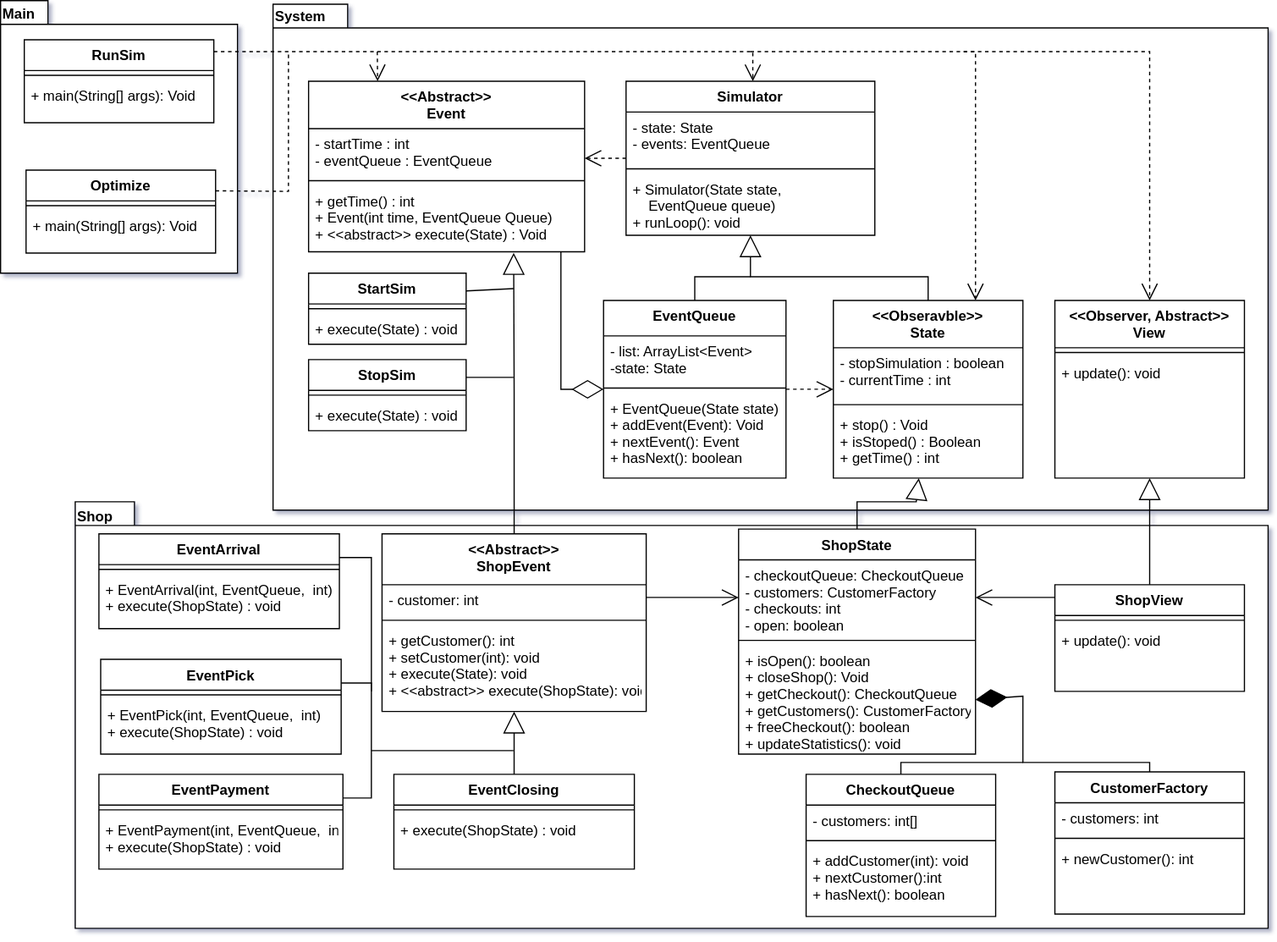
The draw.io diagram docs/uml.drawio.svg in Spooky-Firefox/labb_6, before a commit. Source tidied: cells renumbered, new cells last; positions are measured from the earlier drawing's top-left corner, leaving out a move shared by most shapes.
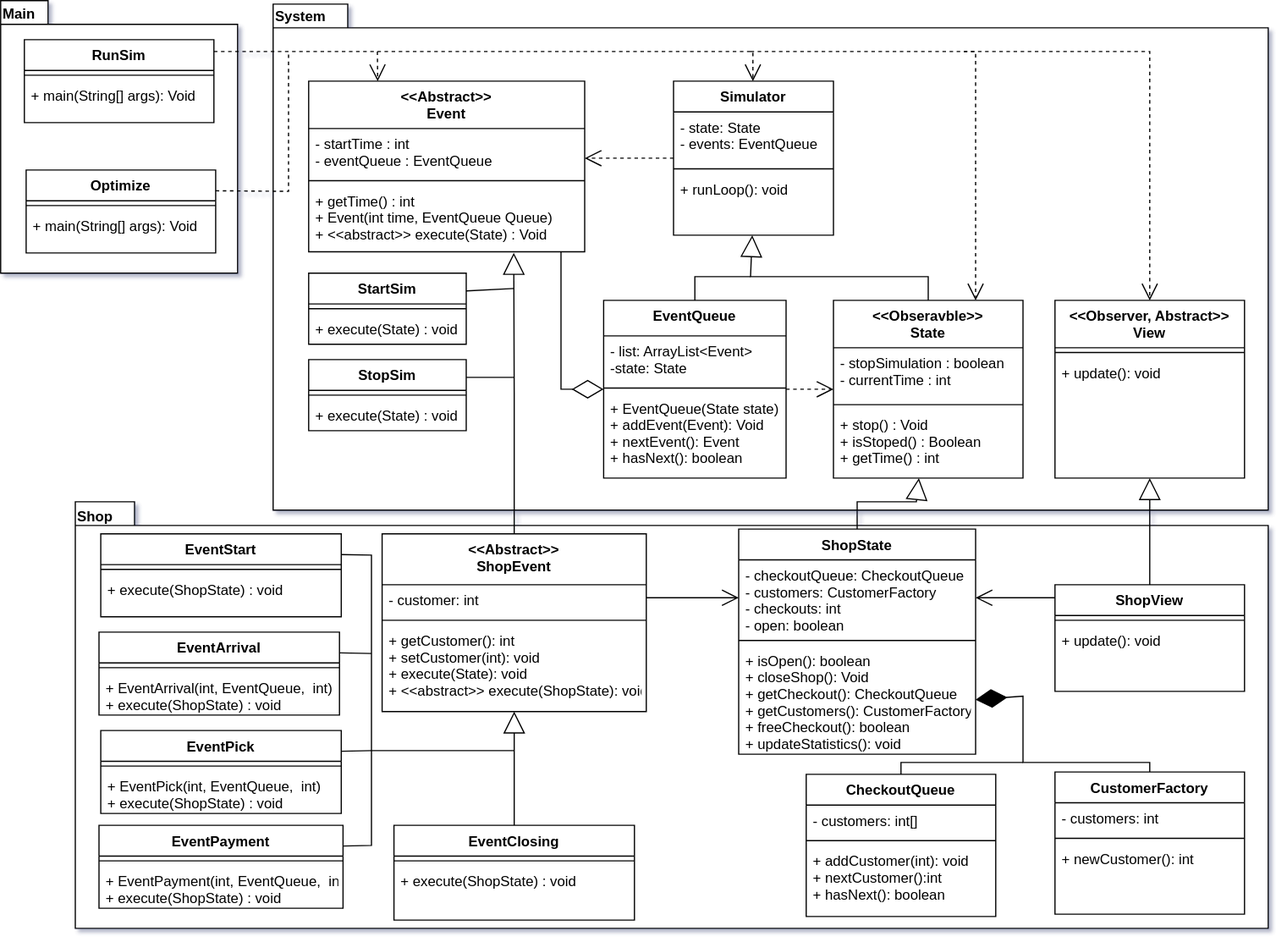
Above is the later version.

Commit message:
Cleans up UML again

Diff of the diagram source:
```diff
@@ -12,16 +12,16 @@
       <mxGeometry x="230" y="3" width="840" height="427" as="geometry" />
     </mxCell>
     <mxCell id="5" value="Simulator" style="swimlane;fontStyle=1;align=center;verticalAlign=top;horizontal=1;startSize=26;" parent="1" vertex="1">
-      <mxGeometry x="528" y="68" width="210" height="130" as="geometry" />
+      <mxGeometry x="568" y="68" width="135" height="130" as="geometry" />
     </mxCell>
     <mxCell id="6" value="- state: State&#10;- events: EventQueue" style="text;strokeColor=none;fillColor=none;align=left;verticalAlign=top;spacingLeft=4;spacingRight=4;overflow=hidden;" parent="5" vertex="1">
-      <mxGeometry y="26" width="210" height="44" as="geometry" />
+      <mxGeometry y="26" width="135" height="44" as="geometry" />
     </mxCell>
     <mxCell id="7" style="line;strokeWidth=1;fillColor=none;align=left;verticalAlign=middle;spacingTop=-1;spacingLeft=3;spacingRight=3;labelPosition=right;strokeColor=inherit;" parent="5" vertex="1">
-      <mxGeometry y="70" width="210" height="8" as="geometry" />
+      <mxGeometry y="70" width="135" height="8" as="geometry" />
     </mxCell>
-    <mxCell id="8" value="+ Simulator(State state, &#10;    EventQueue queue)&#10;+ runLoop(): void" style="text;strokeColor=none;fillColor=none;align=left;verticalAlign=top;spacingLeft=4;spacingRight=4;overflow=hidden;points=[[0,0.5],[1,0.5]];portConstraint=eastwest;" parent="5" vertex="1">
-      <mxGeometry y="78" width="210" height="52" as="geometry" />
+    <mxCell id="8" value="+ runLoop(): void" style="text;strokeColor=none;fillColor=none;align=left;verticalAlign=top;spacingLeft=4;spacingRight=4;overflow=hidden;points=[[0,0.5],[1,0.5]];portConstraint=eastwest;" parent="5" vertex="1">
+      <mxGeometry y="78" width="135" height="52" as="geometry" />
     </mxCell>
     <mxCell id="9" value="EventQueue" style="swimlane;fontStyle=1;align=center;verticalAlign=top;horizontal=1;startSize=30;" parent="1" vertex="1">
       <mxGeometry x="509" y="253" width="154" height="150" as="geometry" />
@@ -162,34 +162,34 @@
       <mxGeometry y="34" width="160" height="36" as="geometry" />
     </mxCell>
     <mxCell id="51" value="EventArrival" style="swimlane;fontStyle=1;align=center;verticalAlign=top;horizontal=1;startSize=26;" parent="1" vertex="1">
-      <mxGeometry x="83" y="450" width="203" height="80" as="geometry" />
+      <mxGeometry x="83" y="533" width="203" height="70" as="geometry" />
     </mxCell>
     <mxCell id="52" style="line;strokeWidth=1;fillColor=none;align=left;verticalAlign=middle;spacingTop=-1;spacingLeft=3;spacingRight=3;labelPosition=right;strokeColor=inherit;" parent="51" vertex="1">
       <mxGeometry y="26" width="203" height="8" as="geometry" />
     </mxCell>
     <mxCell id="53" value="+ EventArrival(int, EventQueue,  int)&#10;+ execute(ShopState) : void" style="text;strokeColor=none;fillColor=none;align=left;verticalAlign=top;spacingLeft=4;spacingRight=4;overflow=hidden;" parent="51" vertex="1">
-      <mxGeometry y="34" width="203" height="46" as="geometry" />
+      <mxGeometry y="34" width="203" height="36" as="geometry" />
     </mxCell>
     <mxCell id="54" value="EventPick" style="swimlane;fontStyle=1;align=center;verticalAlign=top;horizontal=1;startSize=26;" parent="1" vertex="1">
-      <mxGeometry x="84.5" y="556" width="203" height="80" as="geometry" />
+      <mxGeometry x="84.5" y="616" width="203" height="70" as="geometry" />
     </mxCell>
     <mxCell id="55" style="line;strokeWidth=1;fillColor=none;align=left;verticalAlign=middle;spacingTop=-1;spacingLeft=3;spacingRight=3;labelPosition=right;strokeColor=inherit;" parent="54" vertex="1">
       <mxGeometry y="26" width="203" height="8" as="geometry" />
     </mxCell>
     <mxCell id="56" value="+ EventPick(int, EventQueue,  int)&#10;+ execute(ShopState) : void" style="text;strokeColor=none;fillColor=none;align=left;verticalAlign=top;spacingLeft=4;spacingRight=4;overflow=hidden;" parent="54" vertex="1">
-      <mxGeometry y="34" width="203" height="46" as="geometry" />
+      <mxGeometry y="34" width="203" height="36" as="geometry" />
     </mxCell>
     <mxCell id="57" value="EventPayment" style="swimlane;fontStyle=1;align=center;verticalAlign=top;horizontal=1;startSize=26;" parent="1" vertex="1">
-      <mxGeometry x="83" y="653" width="206" height="80" as="geometry" />
+      <mxGeometry x="83" y="696" width="206" height="70" as="geometry" />
     </mxCell>
     <mxCell id="58" style="line;strokeWidth=1;fillColor=none;align=left;verticalAlign=middle;spacingTop=-1;spacingLeft=3;spacingRight=3;labelPosition=right;strokeColor=inherit;" parent="57" vertex="1">
       <mxGeometry y="26" width="206" height="8" as="geometry" />
     </mxCell>
     <mxCell id="59" value="+ EventPayment(int, EventQueue,  int)&#10;+ execute(ShopState) : void" style="text;strokeColor=none;fillColor=none;align=left;verticalAlign=top;spacingLeft=4;spacingRight=4;overflow=hidden;" parent="57" vertex="1">
-      <mxGeometry y="34" width="206" height="46" as="geometry" />
+      <mxGeometry y="34" width="206" height="36" as="geometry" />
     </mxCell>
     <mxCell id="60" value="EventClosing" style="swimlane;fontStyle=1;align=center;verticalAlign=top;horizontal=1;startSize=26;" parent="1" vertex="1">
-      <mxGeometry x="332" y="653" width="203" height="80" as="geometry" />
+      <mxGeometry x="332" y="696" width="203" height="80" as="geometry" />
     </mxCell>
     <mxCell id="61" style="line;strokeWidth=1;fillColor=none;align=left;verticalAlign=middle;spacingTop=-1;spacingLeft=3;spacingRight=3;labelPosition=right;strokeColor=inherit;" parent="60" vertex="1">
       <mxGeometry y="26" width="203" height="8" as="geometry" />
@@ -287,23 +287,15 @@
         <mxPoint x="433" y="633" as="sourcePoint" />
         <Array as="points">
           <mxPoint x="313" y="633" />
-          <mxPoint x="313" y="673" />
+          <mxPoint x="313" y="713" />
         </Array>
       </mxGeometry>
     </mxCell>
-    <mxCell id="80" style="endArrow=none;html=1;rounded=0;exitX=1;exitY=0.25;exitDx=0;exitDy=0;" parent="1" edge="1" source="54">
-      <mxGeometry relative="1" as="geometry">
-        <mxPoint x="313" y="633" as="targetPoint" />
-        <Array as="points">
-          <mxPoint x="313" y="576" />
-        </Array>
-      </mxGeometry>
-    </mxCell>
-    <mxCell id="81" style="endArrow=none;html=1;rounded=0;exitX=1;exitY=0.25;exitDx=0;exitDy=0;endSize=6;targetPerimeterSpacing=0;" parent="1" edge="1" source="51">
+    <mxCell id="81" style="endArrow=none;html=1;rounded=0;exitX=1;exitY=0.25;exitDx=0;exitDy=0;endSize=6;targetPerimeterSpacing=0;" parent="1" edge="1" source="90">
       <mxGeometry relative="1" as="geometry">
-        <mxPoint x="313" y="583" as="targetPoint" />
+        <mxPoint x="313" y="633" as="targetPoint" />
         <Array as="points">
-          <mxPoint x="313" y="470" />
+          <mxPoint x="313" y="468" />
         </Array>
       </mxGeometry>
     </mxCell>
@@ -341,5 +333,24 @@
         </Array>
       </mxGeometry>
     </mxCell>
+    <mxCell id="90" value="EventStart" style="swimlane;fontStyle=1;align=center;verticalAlign=top;horizontal=1;startSize=26;" parent="1" vertex="1">
+      <mxGeometry x="84.5" y="450" width="203" height="70" as="geometry" />
+    </mxCell>
+    <mxCell id="91" style="line;strokeWidth=1;fillColor=none;align=left;verticalAlign=middle;spacingTop=-1;spacingLeft=3;spacingRight=3;labelPosition=right;strokeColor=inherit;" parent="90" vertex="1">
+      <mxGeometry y="26" width="203" height="8" as="geometry" />
+    </mxCell>
+    <mxCell id="92" value="+ execute(ShopState) : void" style="text;strokeColor=none;fillColor=none;align=left;verticalAlign=top;spacingLeft=4;spacingRight=4;overflow=hidden;" parent="90" vertex="1">
+      <mxGeometry y="34" width="203" height="36" as="geometry" />
+    </mxCell>
+    <mxCell id="93" style="endArrow=none;html=1;rounded=0;exitX=1;exitY=0.25;exitDx=0;exitDy=0;" parent="1" edge="1" source="51">
+      <mxGeometry relative="1" as="geometry">
+        <mxPoint x="313" y="551" as="targetPoint" />
+      </mxGeometry>
+    </mxCell>
+    <mxCell id="94" style="endArrow=none;html=1;rounded=0;exitX=1;exitY=0.25;exitDx=0;exitDy=0;" parent="1" edge="1" source="54">
+      <mxGeometry relative="1" as="geometry">
+        <mxPoint x="313" y="633" as="targetPoint" />
+      </mxGeometry>
+    </mxCell>
   </root>
 </mxGraphModel>
```
